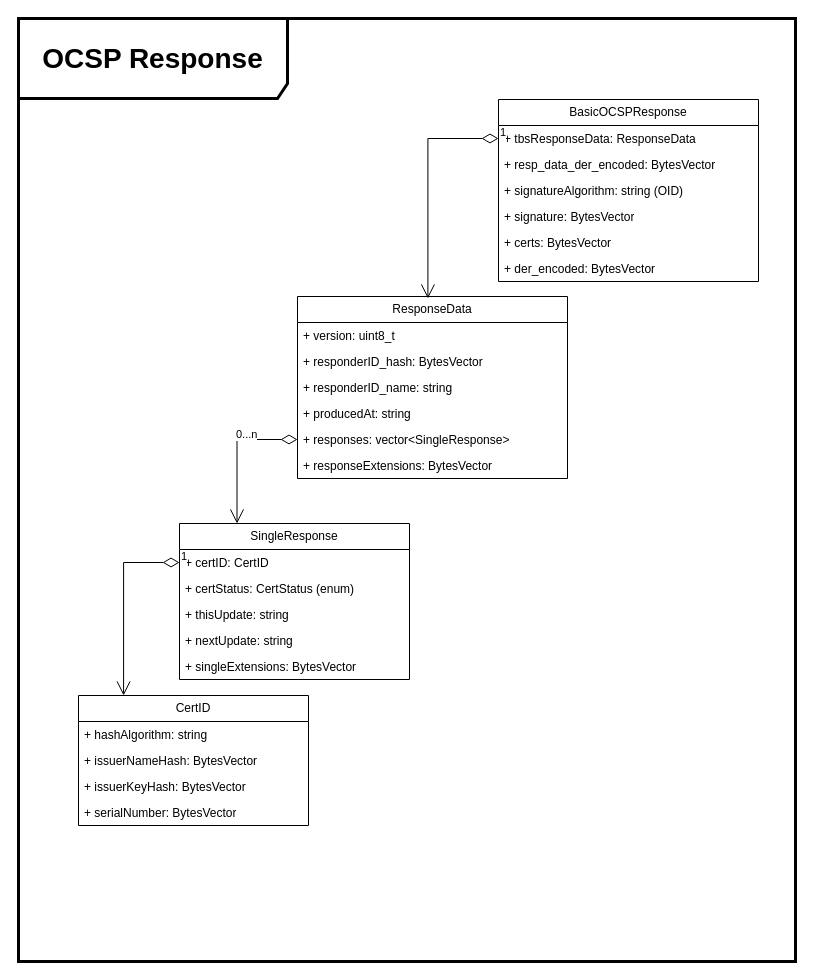
3036662/pdf_scp keeps this draw.io diagram as page "OCSP Resonse" (9 of 10) of basic_struct_draft.drawio. Above is the earlier version. Source tidied: cells renumbered, new cells numbered last; positions are measured from the earlier drawing's top-left corner, leaving out a move shared by most shapes. Both pictures are drawn from the tidied source at 100%, with x=0, y=0 at pixel (18, 18).
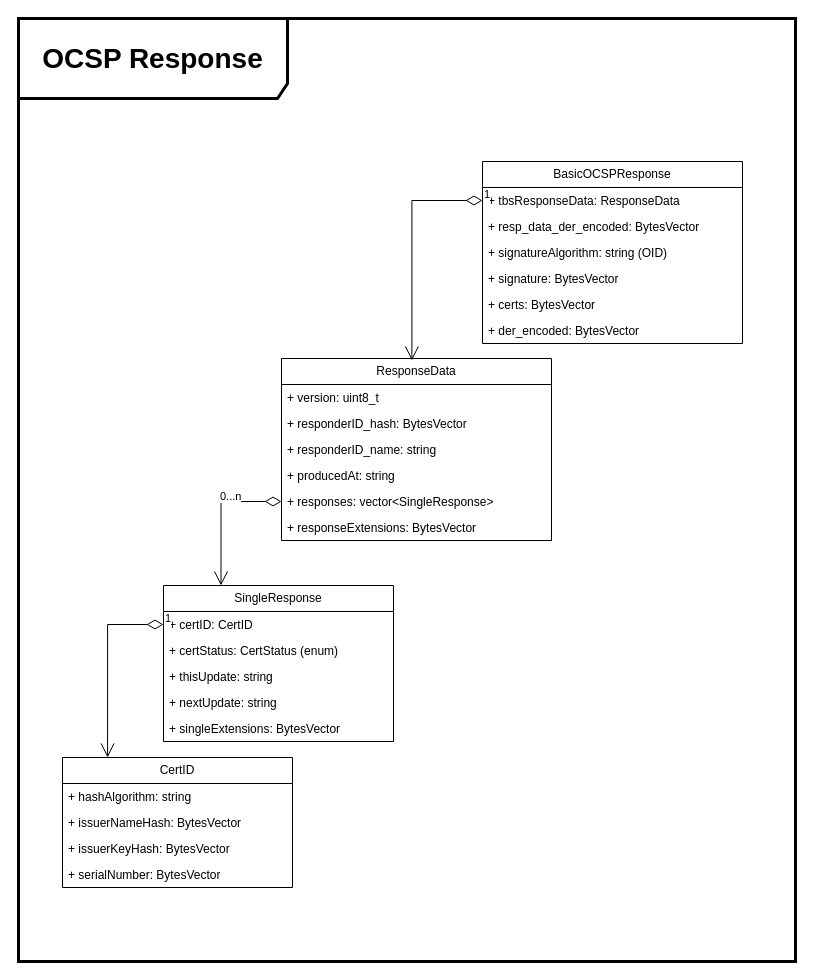
The same page after the edit.

The change refers to these unchanged cells:
```xml
<mxCell id="3" value="+ tbsResponseData: ResponseData" style="text;strokeColor=none;fillColor=none;align=left;verticalAlign=top;spacingLeft=4;spacingRight=4;overflow=hidden;points=[[0,0.5],[1,0.5]];portConstraint=eastwest;whiteSpace=wrap;html=1;" parent="2" vertex="1">
  <mxGeometry y="26" width="260" height="26" as="geometry" />
</mxCell>
<mxCell id="14" value="+ responses: vector&amp;lt;SingleResponse&amp;gt;" style="text;strokeColor=none;fillColor=none;align=left;verticalAlign=top;spacingLeft=4;spacingRight=4;overflow=hidden;points=[[0,0.5],[1,0.5]];portConstraint=eastwest;whiteSpace=wrap;html=1;" parent="9" vertex="1">
  <mxGeometry y="130" width="270" height="26" as="geometry" />
</mxCell>
<mxCell id="18" value="+ certID: CertID" style="text;strokeColor=none;fillColor=none;align=left;verticalAlign=top;spacingLeft=4;spacingRight=4;overflow=hidden;points=[[0,0.5],[1,0.5]];portConstraint=eastwest;whiteSpace=wrap;html=1;" parent="17" vertex="1">
  <mxGeometry y="26" width="230" height="26" as="geometry" />
</mxCell>
```

Change to the diagram source:
```diff
@@
+    <mxCell id="30" value="&lt;font style=&quot;font-size: 28px;&quot;&gt;&lt;b&gt;OCSP Response&lt;/b&gt;&lt;/font&gt;" style="shape=umlFrame;whiteSpace=wrap;html=1;width=269;height=80;strokeWidth=3;" parent="1" vertex="1">
+      <mxGeometry width="777" height="943" as="geometry" />
+    </mxCell>
-    <mxCell id="2" value="BasicOCSPResponse" style="swimlane;fontStyle=0;horizontal=1;startSize=26;fillColor=none;whiteSpace=wrap;html=1;" parent="1" vertex="1">
-      <mxGeometry x="480" y="81" width="260" height="182" as="geometry" />
+    <mxCell id="2" value="BasicOCSPResponse" style="swimlane;fontStyle=0;horizontal=1;startSize=26;fillColor=none;whiteSpace=wrap;html=1;" parent="30" vertex="1">
+      <mxGeometry x="464" y="143" width="260" height="182" as="geometry" />
     </mxCell>
@@
-    <mxCell id="9" value="ResponseData" style="swimlane;fontStyle=0;horizontal=1;startSize=26;fillColor=none;whiteSpace=wrap;html=1;" parent="1" vertex="1">
-      <mxGeometry x="279" y="278" width="270" height="182" as="geometry" />
+    <mxCell id="9" value="ResponseData" style="swimlane;fontStyle=0;horizontal=1;startSize=26;fillColor=none;whiteSpace=wrap;html=1;" parent="30" vertex="1">
+      <mxGeometry x="263" y="340" width="270" height="182" as="geometry" />
     </mxCell>
@@
-    <mxCell id="16" value="1" style="endArrow=open;html=1;endSize=12;startArrow=diamondThin;startSize=14;startFill=0;edgeStyle=orthogonalEdgeStyle;align=left;verticalAlign=bottom;rounded=0;exitX=0;exitY=0.5;exitDx=0;exitDy=0;entryX=0.483;entryY=0.011;entryDx=0;entryDy=0;entryPerimeter=0;" parent="1" edge="1" source="3" target="9">
+    <mxCell id="16" value="1" style="endArrow=open;html=1;endSize=12;startArrow=diamondThin;startSize=14;startFill=0;edgeStyle=orthogonalEdgeStyle;align=left;verticalAlign=bottom;rounded=0;exitX=0;exitY=0.5;exitDx=0;exitDy=0;entryX=0.483;entryY=0.011;entryDx=0;entryDy=0;entryPerimeter=0;" parent="30" edge="1" source="3" target="9">
       <mxGeometry x="-1" y="3" relative="1" as="geometry" />
     </mxCell>
-    <mxCell id="17" value="SingleResponse" style="swimlane;fontStyle=0;horizontal=1;startSize=26;fillColor=none;whiteSpace=wrap;html=1;" parent="1" vertex="1">
-      <mxGeometry x="161" y="505" width="230" height="156" as="geometry" />
+    <mxCell id="17" value="SingleResponse" style="swimlane;fontStyle=0;horizontal=1;startSize=26;fillColor=none;whiteSpace=wrap;html=1;" parent="30" vertex="1">
+      <mxGeometry x="145" y="567" width="230" height="156" as="geometry" />
     </mxCell>
@@
-    <mxCell id="23" value="0...n" style="endArrow=open;html=1;endSize=12;startArrow=diamondThin;startSize=14;startFill=0;edgeStyle=orthogonalEdgeStyle;align=left;verticalAlign=bottom;rounded=0;exitX=0;exitY=0.5;exitDx=0;exitDy=0;entryX=0.25;entryY=0;entryDx=0;entryDy=0;" parent="1" edge="1" source="14" target="17">
+    <mxCell id="23" value="0...n" style="endArrow=open;html=1;endSize=12;startArrow=diamondThin;startSize=14;startFill=0;edgeStyle=orthogonalEdgeStyle;align=left;verticalAlign=bottom;rounded=0;exitX=0;exitY=0.5;exitDx=0;exitDy=0;entryX=0.25;entryY=0;entryDx=0;entryDy=0;" parent="30" edge="1" source="14" target="17">
       <mxGeometry x="-0.12" y="-3" relative="1" as="geometry" />
     </mxCell>
-    <mxCell id="24" value="CertID" style="swimlane;fontStyle=0;horizontal=1;startSize=26;fillColor=none;whiteSpace=wrap;html=1;" parent="1" vertex="1">
-      <mxGeometry x="60" y="677" width="230" height="130" as="geometry" />
+    <mxCell id="24" value="CertID" style="swimlane;fontStyle=0;horizontal=1;startSize=26;fillColor=none;whiteSpace=wrap;html=1;" parent="30" vertex="1">
+      <mxGeometry x="44" y="739" width="230" height="130" as="geometry" />
     </mxCell>
@@
-    <mxCell id="29" value="1" style="endArrow=open;html=1;endSize=12;startArrow=diamondThin;startSize=14;startFill=0;edgeStyle=orthogonalEdgeStyle;align=left;verticalAlign=bottom;rounded=0;entryX=0.196;entryY=0;entryDx=0;entryDy=0;entryPerimeter=0;exitX=0;exitY=0.5;exitDx=0;exitDy=0;" parent="1" edge="1" source="18" target="24">
+    <mxCell id="29" value="1" style="endArrow=open;html=1;endSize=12;startArrow=diamondThin;startSize=14;startFill=0;edgeStyle=orthogonalEdgeStyle;align=left;verticalAlign=bottom;rounded=0;entryX=0.196;entryY=0;entryDx=0;entryDy=0;entryPerimeter=0;exitX=0;exitY=0.5;exitDx=0;exitDy=0;" parent="30" edge="1" source="18" target="24">
       <mxGeometry x="-1" y="3" relative="1" as="geometry" />
     </mxCell>
-    <mxCell id="30" value="&lt;font style=&quot;font-size: 28px;&quot;&gt;&lt;b&gt;OCSP Response&lt;/b&gt;&lt;/font&gt;" style="shape=umlFrame;whiteSpace=wrap;html=1;width=269;height=80;strokeWidth=3;" parent="1" vertex="1">
-      <mxGeometry width="777" height="943" as="geometry" />
-    </mxCell>
```
